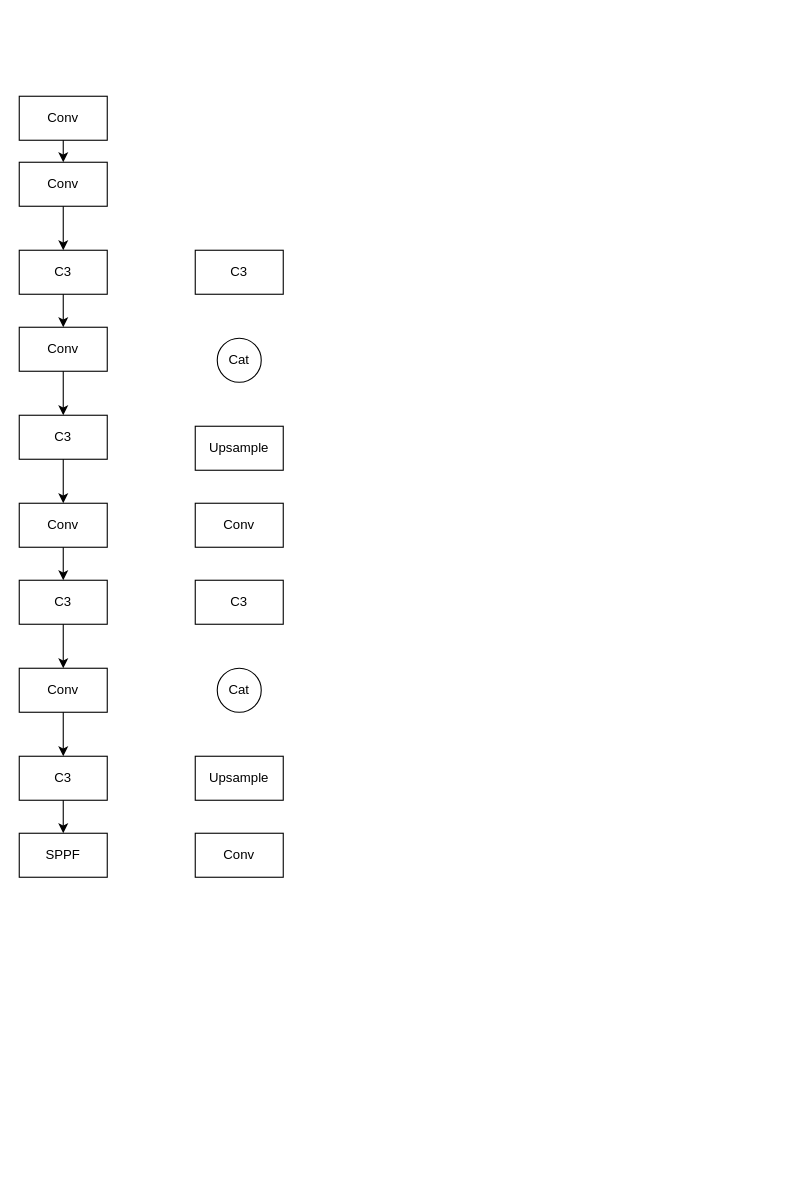
The draw.io diagram page "第 1 页" (1 of 2) of TSCODE.drawio in halalo513/qttools, before the edit. Source tidied: cells renumbered, new cells numbered last; positions are measured from the earlier drawing's top-left corner, leaving out a move shared by most shapes. Both pictures are drawn from the tidied source at 110%, with x=0, y=0 at pixel (19, 96).
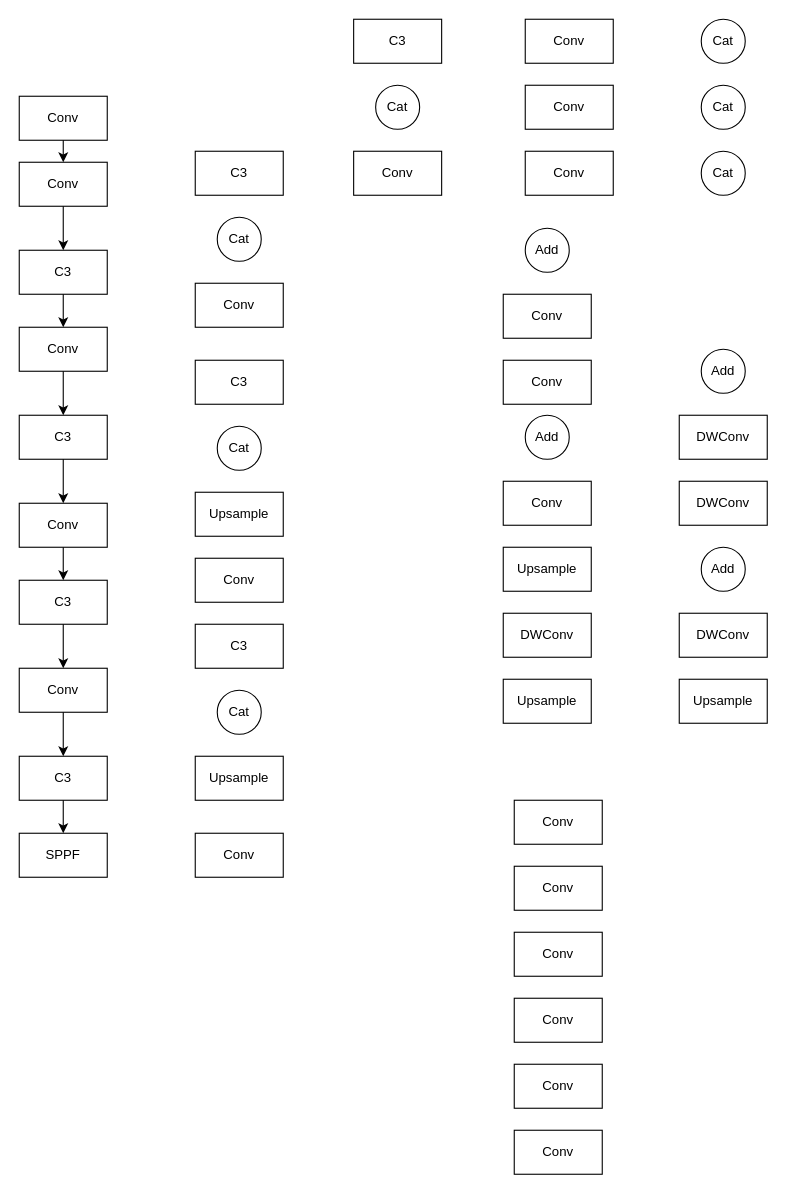
The same diagram, later.

Change to the diagram source:
```diff
@@
     <mxCell id="23" value="Cat" style="ellipse;whiteSpace=wrap;html=1;" parent="1" vertex="1">
-      <mxGeometry x="180" y="520" width="40" height="40" as="geometry" />
+      <mxGeometry x="180" y="540" width="40" height="40" as="geometry" />
     </mxCell>
     <mxCell id="24" value="C3" style="rounded=0;whiteSpace=wrap;html=1;" parent="1" vertex="1">
-      <mxGeometry x="160" y="440" width="80" height="40" as="geometry" />
+      <mxGeometry x="160" y="480" width="80" height="40" as="geometry" />
     </mxCell>
     <mxCell id="25" value="Conv" style="rounded=0;whiteSpace=wrap;html=1;" parent="1" vertex="1">
-      <mxGeometry x="160" y="370" width="80" height="40" as="geometry" />
+      <mxGeometry x="160" y="420" width="80" height="40" as="geometry" />
     </mxCell>
     <mxCell id="26" value="Upsample" style="rounded=0;whiteSpace=wrap;html=1;" parent="1" vertex="1">
-      <mxGeometry x="160" y="300" width="80" height="40" as="geometry" />
+      <mxGeometry x="160" y="360" width="80" height="40" as="geometry" />
     </mxCell>
     <mxCell id="27" value="Cat" style="ellipse;whiteSpace=wrap;html=1;" parent="1" vertex="1">
-      <mxGeometry x="180" y="220" width="40" height="40" as="geometry" />
+      <mxGeometry x="180" y="300" width="40" height="40" as="geometry" />
     </mxCell>
     <mxCell id="28" value="C3" style="rounded=0;whiteSpace=wrap;html=1;" parent="1" vertex="1">
-      <mxGeometry x="160" y="140" width="80" height="40" as="geometry" />
+      <mxGeometry x="160" y="240" width="80" height="40" as="geometry" />
     </mxCell>
+    <mxCell id="29" value="Cat" style="ellipse;whiteSpace=wrap;html=1;" parent="1" vertex="1">
+      <mxGeometry x="324" y="-10" width="40" height="40" as="geometry" />
+    </mxCell>
+    <mxCell id="30" value="C3" style="rounded=0;whiteSpace=wrap;html=1;" parent="1" vertex="1">
+      <mxGeometry x="304" y="-70" width="80" height="40" as="geometry" />
+    </mxCell>
+    <mxCell id="31" value="Conv" style="rounded=0;whiteSpace=wrap;html=1;" parent="1" vertex="1">
+      <mxGeometry x="304" y="50" width="80" height="40" as="geometry" />
+    </mxCell>
+    <mxCell id="32" value="Cat" style="ellipse;whiteSpace=wrap;html=1;" parent="1" vertex="1">
+      <mxGeometry x="180" y="110" width="40" height="40" as="geometry" />
+    </mxCell>
+    <mxCell id="33" value="C3" style="rounded=0;whiteSpace=wrap;html=1;" parent="1" vertex="1">
+      <mxGeometry x="160" y="50" width="80" height="40" as="geometry" />
+    </mxCell>
+    <mxCell id="34" value="Conv" style="rounded=0;whiteSpace=wrap;html=1;" parent="1" vertex="1">
+      <mxGeometry x="160" y="170" width="80" height="40" as="geometry" />
+    </mxCell>
+    <mxCell id="35" value="Conv" style="rounded=0;whiteSpace=wrap;html=1;" parent="1" vertex="1">
+      <mxGeometry x="460" y="-70" width="80" height="40" as="geometry" />
+    </mxCell>
+    <mxCell id="36" value="Conv" style="rounded=0;whiteSpace=wrap;html=1;" parent="1" vertex="1">
+      <mxGeometry x="460" y="-10" width="80" height="40" as="geometry" />
+    </mxCell>
+    <mxCell id="37" value="Conv" style="rounded=0;whiteSpace=wrap;html=1;" parent="1" vertex="1">
+      <mxGeometry x="460" y="50" width="80" height="40" as="geometry" />
+    </mxCell>
+    <mxCell id="38" value="Cat" style="ellipse;whiteSpace=wrap;html=1;" parent="1" vertex="1">
+      <mxGeometry x="620" y="50" width="40" height="40" as="geometry" />
+    </mxCell>
+    <mxCell id="39" value="Cat" style="ellipse;whiteSpace=wrap;html=1;" parent="1" vertex="1">
+      <mxGeometry x="620" y="-10" width="40" height="40" as="geometry" />
+    </mxCell>
+    <mxCell id="40" value="Cat" style="ellipse;whiteSpace=wrap;html=1;" parent="1" vertex="1">
+      <mxGeometry x="620" y="-70" width="40" height="40" as="geometry" />
+    </mxCell>
+    <mxCell id="41" value="Upsample" style="rounded=0;whiteSpace=wrap;html=1;" parent="1" vertex="1">
+      <mxGeometry x="440" y="530" width="80" height="40" as="geometry" />
+    </mxCell>
+    <mxCell id="42" value="DWConv" style="rounded=0;whiteSpace=wrap;html=1;" parent="1" vertex="1">
+      <mxGeometry x="440" y="470" width="80" height="40" as="geometry" />
+    </mxCell>
+    <mxCell id="43" value="Upsample" style="rounded=0;whiteSpace=wrap;html=1;" parent="1" vertex="1">
+      <mxGeometry x="440" y="410" width="80" height="40" as="geometry" />
+    </mxCell>
+    <mxCell id="44" value="Conv" style="rounded=0;whiteSpace=wrap;html=1;" parent="1" vertex="1">
+      <mxGeometry x="440" y="350" width="80" height="40" as="geometry" />
+    </mxCell>
+    <mxCell id="45" value="Add" style="ellipse;whiteSpace=wrap;html=1;" parent="1" vertex="1">
+      <mxGeometry x="460" y="290" width="40" height="40" as="geometry" />
+    </mxCell>
+    <mxCell id="46" value="Conv" style="rounded=0;whiteSpace=wrap;html=1;" parent="1" vertex="1">
+      <mxGeometry x="440" y="180" width="80" height="40" as="geometry" />
+    </mxCell>
+    <mxCell id="47" value="Conv" style="rounded=0;whiteSpace=wrap;html=1;" parent="1" vertex="1">
+      <mxGeometry x="440" y="240" width="80" height="40" as="geometry" />
+    </mxCell>
+    <mxCell id="48" value="Add" style="ellipse;whiteSpace=wrap;html=1;" parent="1" vertex="1">
+      <mxGeometry x="460" y="120" width="40" height="40" as="geometry" />
+    </mxCell>
+    <mxCell id="49" value="Upsample" style="rounded=0;whiteSpace=wrap;html=1;" parent="1" vertex="1">
+      <mxGeometry x="600" y="530" width="80" height="40" as="geometry" />
+    </mxCell>
+    <mxCell id="50" value="DWConv" style="rounded=0;whiteSpace=wrap;html=1;" parent="1" vertex="1">
+      <mxGeometry x="600" y="470" width="80" height="40" as="geometry" />
+    </mxCell>
+    <mxCell id="51" value="Add" style="ellipse;whiteSpace=wrap;html=1;" parent="1" vertex="1">
+      <mxGeometry x="620" y="410" width="40" height="40" as="geometry" />
+    </mxCell>
+    <mxCell id="52" value="DWConv" style="rounded=0;whiteSpace=wrap;html=1;" parent="1" vertex="1">
+      <mxGeometry x="600" y="350" width="80" height="40" as="geometry" />
+    </mxCell>
+    <mxCell id="53" value="DWConv" style="rounded=0;whiteSpace=wrap;html=1;" parent="1" vertex="1">
+      <mxGeometry x="600" y="290" width="80" height="40" as="geometry" />
+    </mxCell>
+    <mxCell id="54" value="Add" style="ellipse;whiteSpace=wrap;html=1;" parent="1" vertex="1">
+      <mxGeometry x="620" y="230" width="40" height="40" as="geometry" />
+    </mxCell>
+    <mxCell id="55" value="Conv" style="rounded=0;whiteSpace=wrap;html=1;" parent="1" vertex="1">
+      <mxGeometry x="450" y="820" width="80" height="40" as="geometry" />
+    </mxCell>
+    <mxCell id="56" value="Conv" style="rounded=0;whiteSpace=wrap;html=1;" parent="1" vertex="1">
+      <mxGeometry x="450" y="880" width="80" height="40" as="geometry" />
+    </mxCell>
+    <mxCell id="57" value="Conv" style="rounded=0;whiteSpace=wrap;html=1;" parent="1" vertex="1">
+      <mxGeometry x="450" y="940" width="80" height="40" as="geometry" />
+    </mxCell>
+    <mxCell id="58" value="Conv" style="rounded=0;whiteSpace=wrap;html=1;" parent="1" vertex="1">
+      <mxGeometry x="450" y="640" width="80" height="40" as="geometry" />
+    </mxCell>
+    <mxCell id="59" value="Conv" style="rounded=0;whiteSpace=wrap;html=1;" parent="1" vertex="1">
+      <mxGeometry x="450" y="700" width="80" height="40" as="geometry" />
+    </mxCell>
+    <mxCell id="60" value="Conv" style="rounded=0;whiteSpace=wrap;html=1;" parent="1" vertex="1">
+      <mxGeometry x="450" y="760" width="80" height="40" as="geometry" />
+    </mxCell>
```
